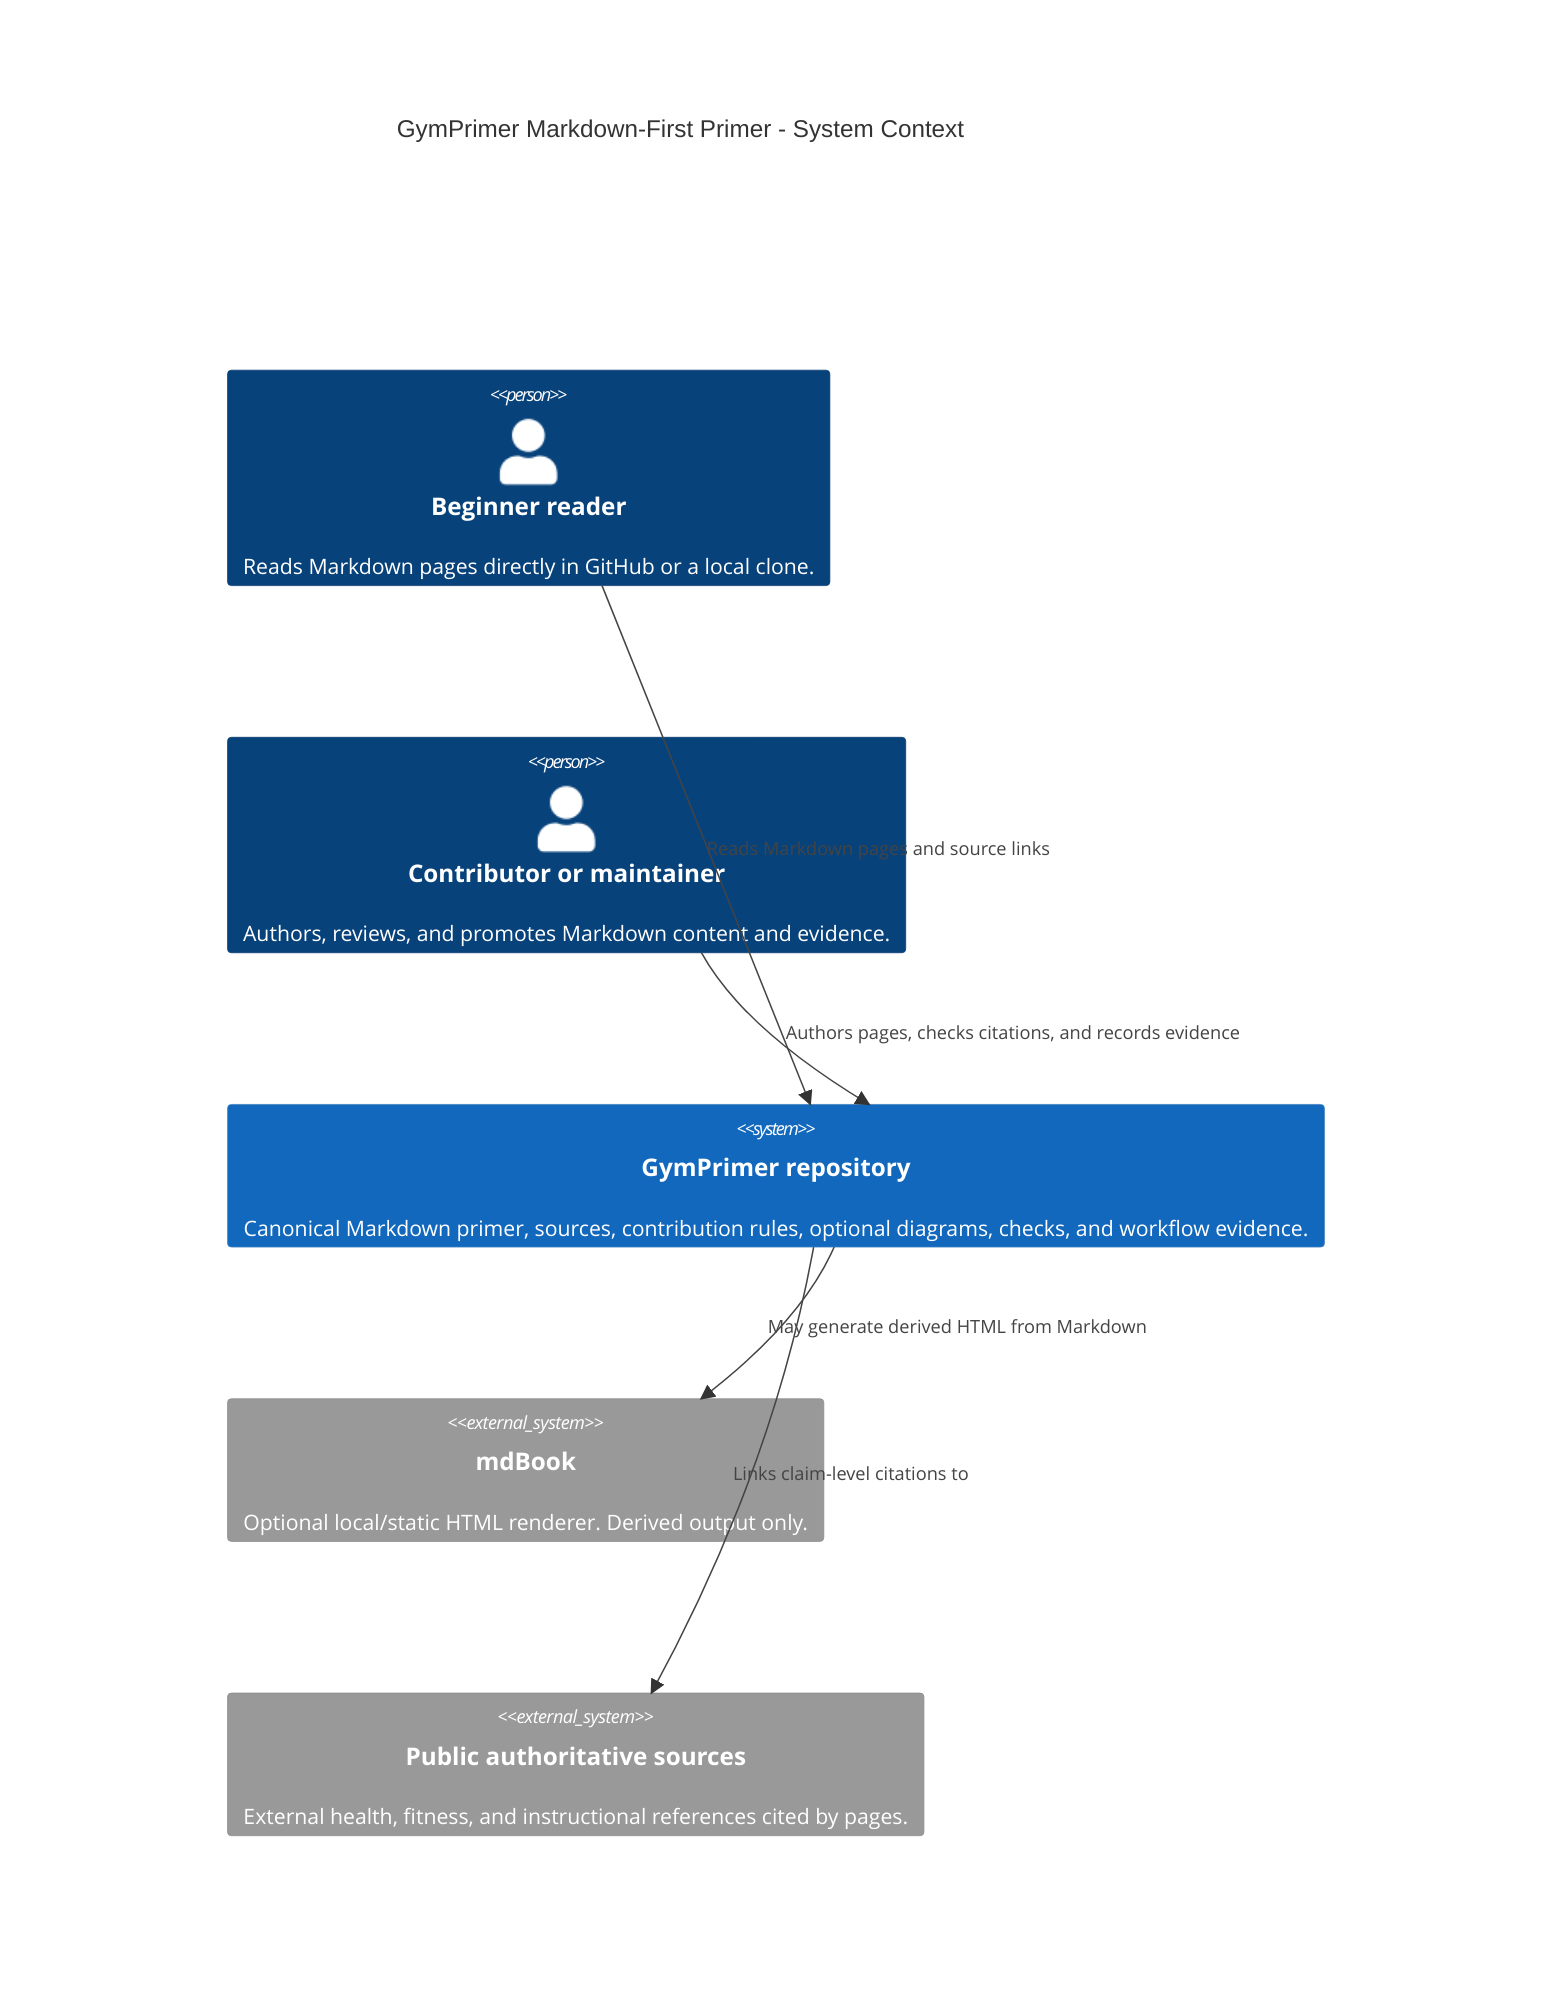
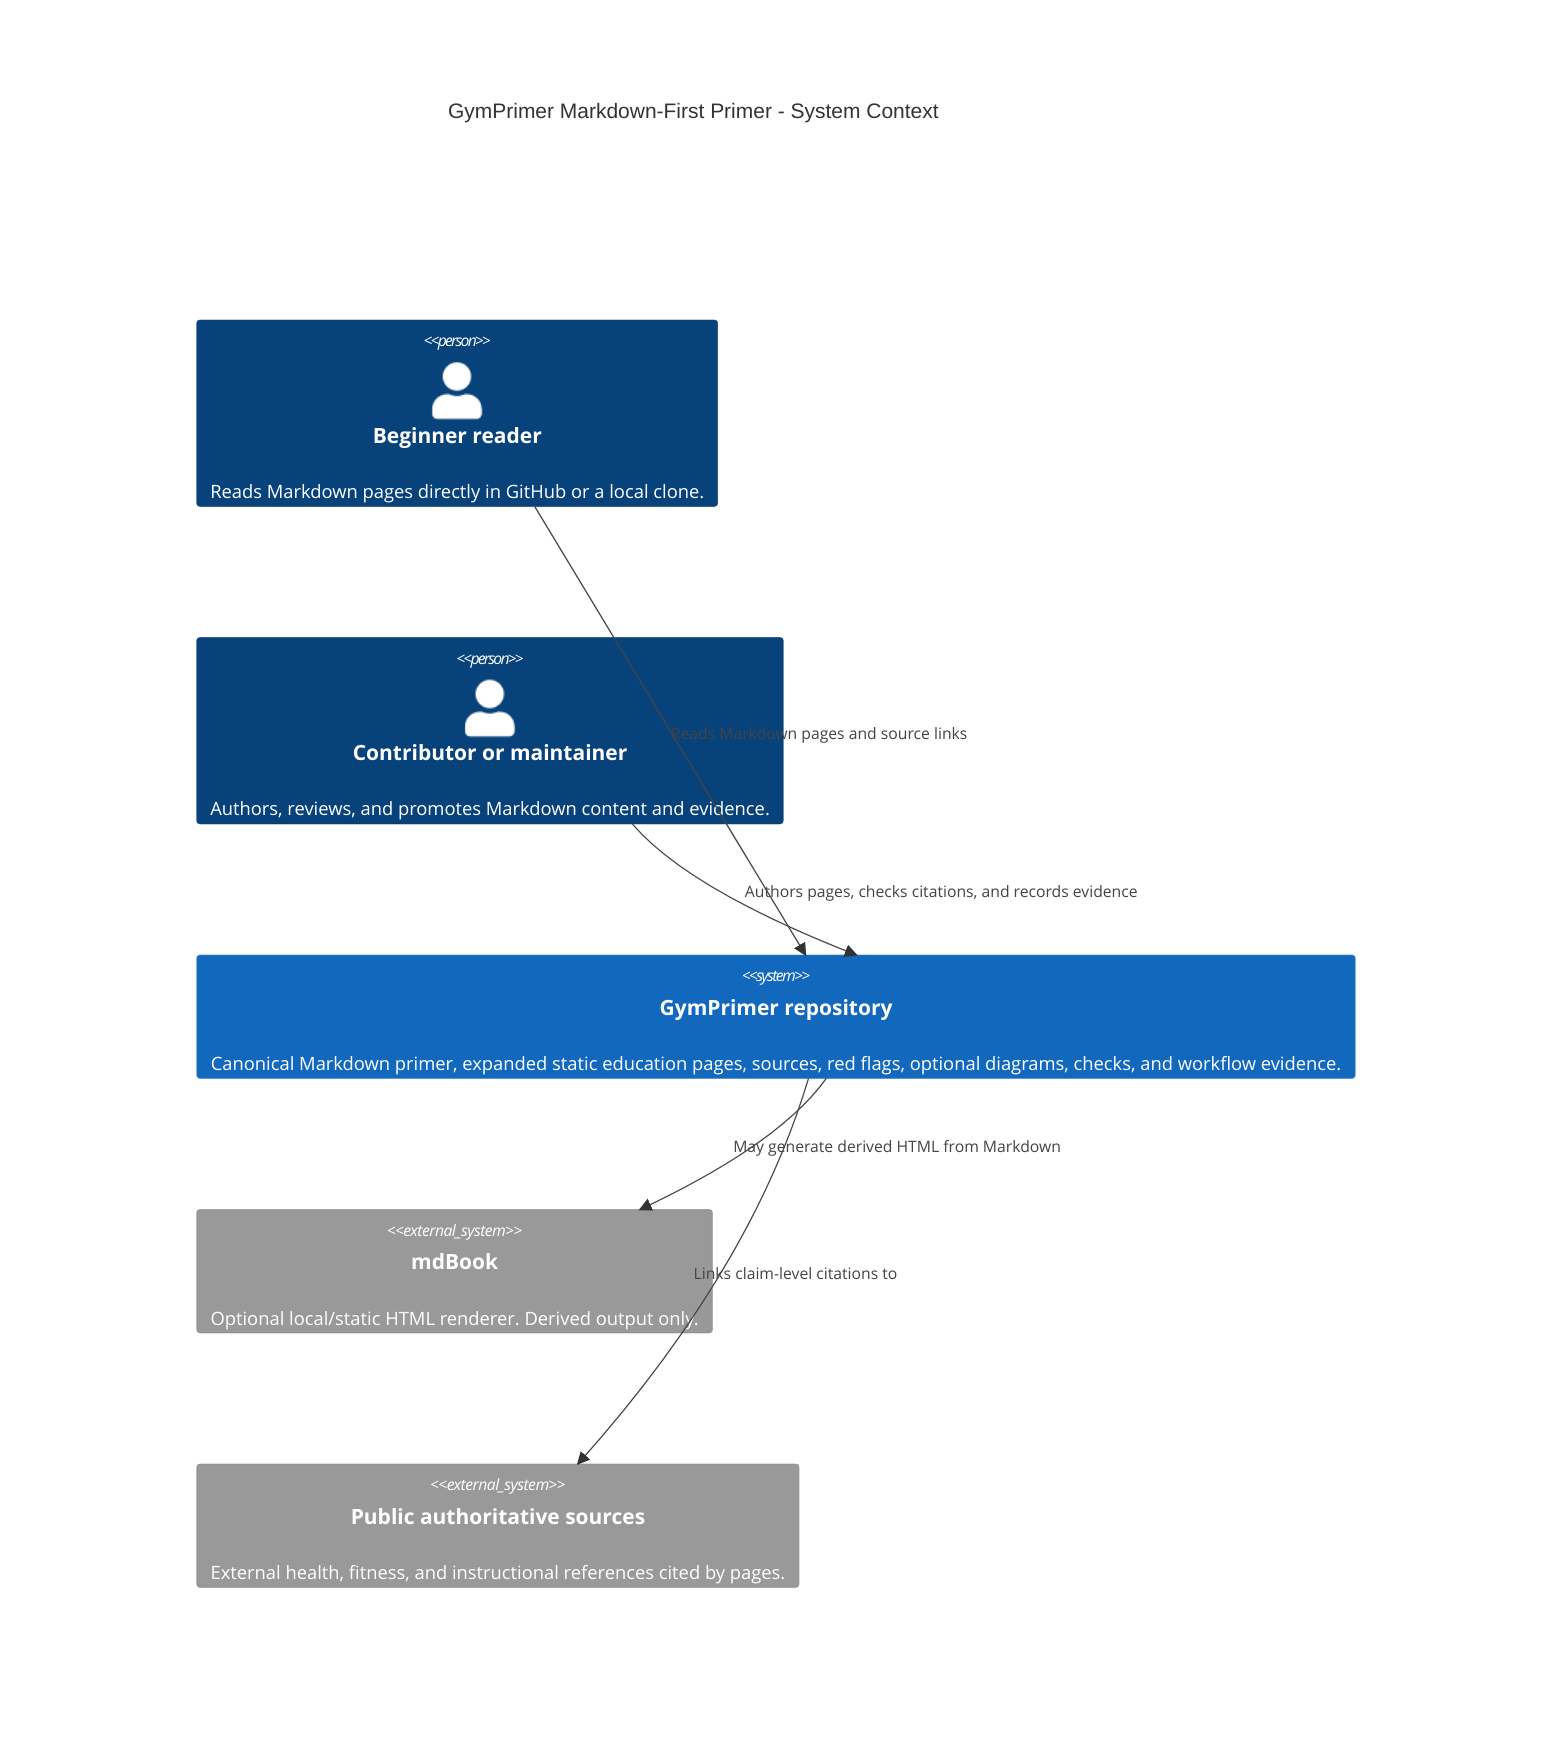
C4Context
  title GymPrimer Markdown-First Primer - System Context

  Person(beginner, "Beginner reader", "Reads Markdown pages directly in GitHub or a local clone.")
  Person(contributor, "Contributor or maintainer", "Authors, reviews, and promotes Markdown content and evidence.")

-   System(repo, "GymPrimer repository", "Canonical Markdown primer, sources, contribution rules, optional diagrams, checks, and workflow evidence.")
+   System(repo, "GymPrimer repository", "Canonical Markdown primer, expanded static education pages, sources, red flags, optional diagrams, checks, and workflow evidence.")
  System_Ext(mdbook, "mdBook", "Optional local/static HTML renderer. Derived output only.")
  System_Ext(public_sources, "Public authoritative sources", "External health, fitness, and instructional references cited by pages.")

  Rel(beginner, repo, "Reads Markdown pages and source links")
  Rel(contributor, repo, "Authors pages, checks citations, and records evidence")
  Rel(repo, mdbook, "May generate derived HTML from Markdown")
  Rel(repo, public_sources, "Links claim-level citations to")
